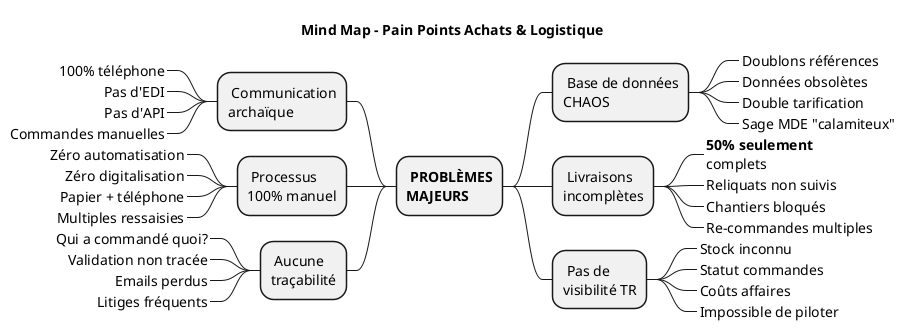
This is Services/Achats-Logistique/uml/png/Pain_Points_Achats_Logistique.png from JordanSerafini/Audit_Duret, a PlantUML export, as it was before one commit. The source it was exported from:
```plantuml
@startmindmap Pain_Points_Achats_Logistique

title Mind Map - Pain Points Achats & Logistique

* 🔴 **PROBLÈMES**\n**MAJEURS**
** 🔴 Base de données\nCHAOS
***_ Doublons références
***_ Données obsolètes
***_ Double tarification
***_ Sage MDE "calamiteux"

** 🔴 Livraisons\nincomplètes
***_ **50% seulement**\ncomplets
***_ Reliquats non suivis
***_ Chantiers bloqués
***_ Re-commandes multiples

** 🔴 Pas de\nvisibilité TR
***_ Stock inconnu
***_ Statut commandes
***_ Coûts affaires
***_ Impossible de piloter

left side

** 🔴 Communication\narchaïque
***_ 100% téléphone
***_ Pas d'EDI
***_ Pas d'API
***_ Commandes manuelles

** 🔴 Processus\n100% manuel
***_ Zéro automatisation
***_ Zéro digitalisation
***_ Papier + téléphone
***_ Multiples ressaisies

** 🔴 Aucune\ntraçabilité
***_ Qui a commandé quoi?
***_ Validation non tracée
***_ Emails perdus
***_ Litiges fréquents

@endmindmap
```
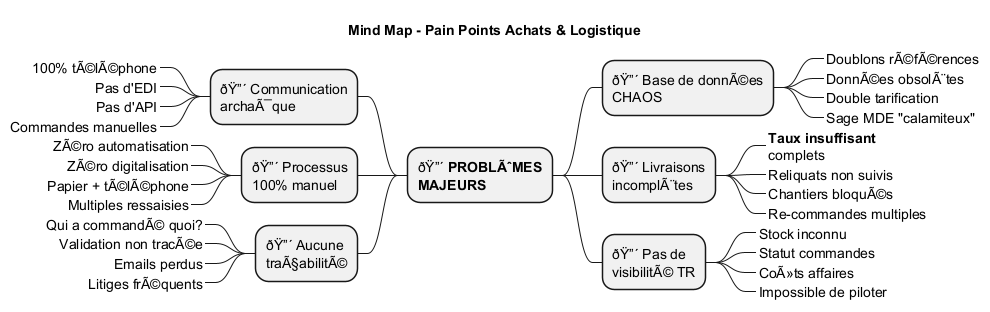
The same file after the commit.

Change to the diagram source:
```diff
@@ -2,43 +2,43 @@
 
 title Mind Map - Pain Points Achats & Logistique
 
-* 🔴 **PROBLÈMES**\n**MAJEURS**
-** 🔴 Base de données\nCHAOS
-***_ Doublons références
-***_ Données obsolètes
+* ðŸ”´ **PROBLÃˆMES**\n**MAJEURS**
+** ðŸ”´ Base de donnÃ©es\nCHAOS
+***_ Doublons rÃ©fÃ©rences
+***_ DonnÃ©es obsolÃ¨tes
 ***_ Double tarification
 ***_ Sage MDE "calamiteux"
 
-** 🔴 Livraisons\nincomplètes
-***_ **50% seulement**\ncomplets
+** ðŸ”´ Livraisons\nincomplÃ¨tes
+***_ **Taux insuffisant**\ncomplets
 ***_ Reliquats non suivis
-***_ Chantiers bloqués
+***_ Chantiers bloquÃ©s
 ***_ Re-commandes multiples
 
-** 🔴 Pas de\nvisibilité TR
+** ðŸ”´ Pas de\nvisibilitÃ© TR
 ***_ Stock inconnu
 ***_ Statut commandes
-***_ Coûts affaires
+***_ CoÃ»ts affaires
 ***_ Impossible de piloter
 
 left side
 
-** 🔴 Communication\narchaïque
-***_ 100% téléphone
+** ðŸ”´ Communication\narchaÃ¯que
+***_ 100% tÃ©lÃ©phone
 ***_ Pas d'EDI
 ***_ Pas d'API
 ***_ Commandes manuelles
 
-** 🔴 Processus\n100% manuel
-***_ Zéro automatisation
-***_ Zéro digitalisation
-***_ Papier + téléphone
+** ðŸ”´ Processus\n100% manuel
+***_ ZÃ©ro automatisation
+***_ ZÃ©ro digitalisation
+***_ Papier + tÃ©lÃ©phone
 ***_ Multiples ressaisies
 
-** 🔴 Aucune\ntraçabilité
-***_ Qui a commandé quoi?
-***_ Validation non tracée
+** ðŸ”´ Aucune\ntraÃ§abilitÃ©
+***_ Qui a commandÃ© quoi?
+***_ Validation non tracÃ©e
 ***_ Emails perdus
-***_ Litiges fréquents
+***_ Litiges frÃ©quents
 
 @endmindmap
```
